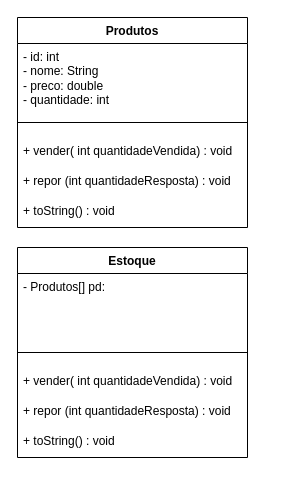
This is loja_virtual.drawio from vifavero/POO, a draw.io file, before an edit. Source tidied: cells renumbered, new cells numbered last; positions are measured from the earlier drawing's top-left corner, leaving out a move shared by most shapes. Both pictures are drawn from the tidied source at 100%, with x=0, y=0 at pixel (17, 17).
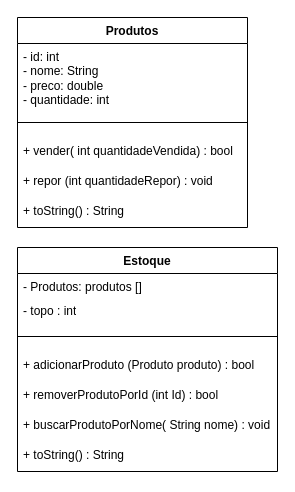
The same page after the edit.

What changed in the source:
```diff
@@
 <mxGraphModel>
   <root>
     <mxCell id="0" />
     <mxCell id="1" parent="0" />
     <mxCell id="2" value="Produtos" style="swimlane;fontStyle=1;align=center;verticalAlign=top;horizontal=1;startSize=26;whiteSpace=wrap;html=1;" parent="1" vertex="1">
       <mxGeometry width="230" height="210" as="geometry" />
     </mxCell>
     <mxCell id="3" value="- id: int&lt;div&gt;- nome: String&lt;/div&gt;&lt;div&gt;- preco: double&lt;/div&gt;&lt;div&gt;- quantidade: int&lt;/div&gt;&lt;div&gt;&amp;nbsp;&lt;/div&gt;" style="text;strokeColor=none;fillColor=none;align=left;verticalAlign=top;spacingLeft=4;spacingRight=4;overflow=hidden;whiteSpace=wrap;html=1;" parent="2" vertex="1">
       <mxGeometry y="26" width="230" height="64" as="geometry" />
     </mxCell>
     <mxCell id="4" style="line;strokeWidth=1;fillColor=none;align=left;verticalAlign=middle;spacingTop=-1;spacingLeft=3;spacingRight=3;labelPosition=right;strokeColor=inherit;" parent="2" vertex="1">
       <mxGeometry y="90" width="230" height="30" as="geometry" />
     </mxCell>
-    <mxCell id="5" value="+ vender( int quantidadeVendida) : void" style="text;strokeColor=none;fillColor=none;align=left;verticalAlign=top;spacingLeft=4;spacingRight=4;overflow=hidden;whiteSpace=wrap;html=1;" parent="2" vertex="1">
+    <mxCell id="5" value="+ vender( int quantidadeVendida) : bool" style="text;strokeColor=none;fillColor=none;align=left;verticalAlign=top;spacingLeft=4;spacingRight=4;overflow=hidden;whiteSpace=wrap;html=1;" parent="2" vertex="1">
       <mxGeometry y="120" width="230" height="30" as="geometry" />
     </mxCell>
-    <mxCell id="6" value="+ repor (int quantidadeResposta) : void&lt;div&gt;&lt;br&gt;&lt;/div&gt;" style="text;strokeColor=none;fillColor=none;align=left;verticalAlign=top;spacingLeft=4;spacingRight=4;overflow=hidden;whiteSpace=wrap;html=1;" parent="2" vertex="1">
+    <mxCell id="6" value="+ repor (int quantidadeRepor) : void&lt;div&gt;&lt;br&gt;&lt;/div&gt;" style="text;strokeColor=none;fillColor=none;align=left;verticalAlign=top;spacingLeft=4;spacingRight=4;overflow=hidden;whiteSpace=wrap;html=1;" parent="2" vertex="1">
       <mxGeometry y="150" width="230" height="30" as="geometry" />
     </mxCell>
-    <mxCell id="7" value="+ toString() : void" style="text;strokeColor=none;fillColor=none;align=left;verticalAlign=top;spacingLeft=4;spacingRight=4;overflow=hidden;whiteSpace=wrap;html=1;" parent="2" vertex="1">
+    <mxCell id="7" value="+ toString() : String" style="text;strokeColor=none;fillColor=none;align=left;verticalAlign=top;spacingLeft=4;spacingRight=4;overflow=hidden;whiteSpace=wrap;html=1;" parent="2" vertex="1">
       <mxGeometry y="180" width="230" height="30" as="geometry" />
     </mxCell>
     <mxCell id="8" value="Estoque" style="swimlane;fontStyle=1;align=center;verticalAlign=top;horizontal=1;startSize=26;whiteSpace=wrap;html=1;" parent="1" vertex="1">
-      <mxGeometry y="230" width="230" height="210" as="geometry" />
+      <mxGeometry y="230" width="260" height="224" as="geometry" />
     </mxCell>
-    <mxCell id="9" value="- Produtos[] pd:" style="text;strokeColor=none;fillColor=none;align=left;verticalAlign=top;spacingLeft=4;spacingRight=4;overflow=hidden;whiteSpace=wrap;html=1;" parent="8" vertex="1">
-      <mxGeometry y="26" width="230" height="64" as="geometry" />
+    <mxCell id="9" value="- Produtos: produtos []" style="text;strokeColor=none;fillColor=none;align=left;verticalAlign=top;spacingLeft=4;spacingRight=4;overflow=hidden;whiteSpace=wrap;html=1;" parent="8" vertex="1">
+      <mxGeometry y="26" width="260" height="24" as="geometry" />
     </mxCell>
+    <mxCell id="14" value="- topo : int" style="text;strokeColor=none;fillColor=none;align=left;verticalAlign=top;spacingLeft=4;spacingRight=4;overflow=hidden;whiteSpace=wrap;html=1;" parent="8" vertex="1">
+      <mxGeometry y="50" width="260" height="24" as="geometry" />
+    </mxCell>
     <mxCell id="10" style="line;strokeWidth=1;fillColor=none;align=left;verticalAlign=middle;spacingTop=-1;spacingLeft=3;spacingRight=3;labelPosition=right;strokeColor=inherit;" parent="8" vertex="1">
-      <mxGeometry y="90" width="230" height="30" as="geometry" />
+      <mxGeometry y="74" width="260" height="30" as="geometry" />
     </mxCell>
-    <mxCell id="11" value="+ vender( int quantidadeVendida) : void" style="text;strokeColor=none;fillColor=none;align=left;verticalAlign=top;spacingLeft=4;spacingRight=4;overflow=hidden;whiteSpace=wrap;html=1;" parent="8" vertex="1">
-      <mxGeometry y="120" width="230" height="30" as="geometry" />
+    <mxCell id="11" value="+ adicionarProduto (Produto produto) : bool" style="text;strokeColor=none;fillColor=none;align=left;verticalAlign=top;spacingLeft=4;spacingRight=4;overflow=hidden;whiteSpace=wrap;html=1;" parent="8" vertex="1">
+      <mxGeometry y="104" width="260" height="30" as="geometry" />
     </mxCell>
-    <mxCell id="12" value="+ repor (int quantidadeResposta) : void&lt;div&gt;&lt;br&gt;&lt;/div&gt;" style="text;strokeColor=none;fillColor=none;align=left;verticalAlign=top;spacingLeft=4;spacingRight=4;overflow=hidden;whiteSpace=wrap;html=1;" parent="8" vertex="1">
-      <mxGeometry y="150" width="230" height="30" as="geometry" />
+    <mxCell id="12" value="+ removerProdutoPorId (int Id) : bool" style="text;strokeColor=none;fillColor=none;align=left;verticalAlign=top;spacingLeft=4;spacingRight=4;overflow=hidden;whiteSpace=wrap;html=1;" parent="8" vertex="1">
+      <mxGeometry y="134" width="260" height="30" as="geometry" />
     </mxCell>
+    <mxCell id="15" value="+ buscarProdutoPorNome( String nome) : void" style="text;strokeColor=none;fillColor=none;align=left;verticalAlign=top;spacingLeft=4;spacingRight=4;overflow=hidden;whiteSpace=wrap;html=1;" parent="8" vertex="1">
+      <mxGeometry y="164" width="260" height="30" as="geometry" />
+    </mxCell>
-    <mxCell id="13" value="+ toString() : void" style="text;strokeColor=none;fillColor=none;align=left;verticalAlign=top;spacingLeft=4;spacingRight=4;overflow=hidden;whiteSpace=wrap;html=1;" parent="8" vertex="1">
-      <mxGeometry y="180" width="230" height="30" as="geometry" />
+    <mxCell id="13" value="+ toString() : String" style="text;strokeColor=none;fillColor=none;align=left;verticalAlign=top;spacingLeft=4;spacingRight=4;overflow=hidden;whiteSpace=wrap;html=1;" parent="8" vertex="1">
+      <mxGeometry y="194" width="260" height="30" as="geometry" />
     </mxCell>
   </root>
 </mxGraphModel>
```
